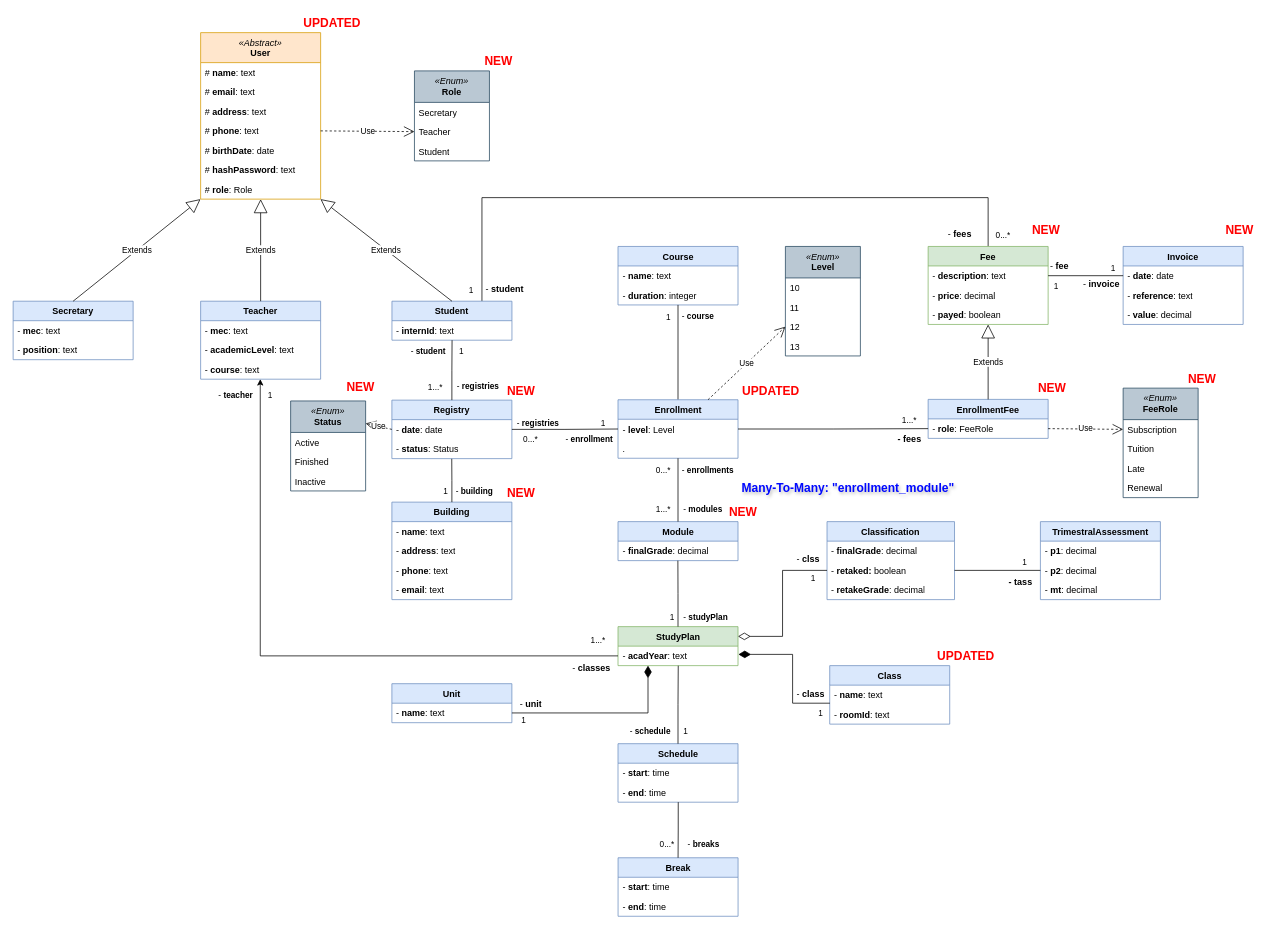
This is editables/data-model.drawio from Joaquim-Claudio/Imptel-Online_P.D.S-2024-2025, a draw.io file, before an edit. Source tidied: cells renumbered, new cells numbered last; positions are measured from the earlier drawing's top-left corner, leaving out a move shared by most shapes. Both pictures are drawn from the tidied source at 75%, with x=0, y=0 at pixel (13, 13).
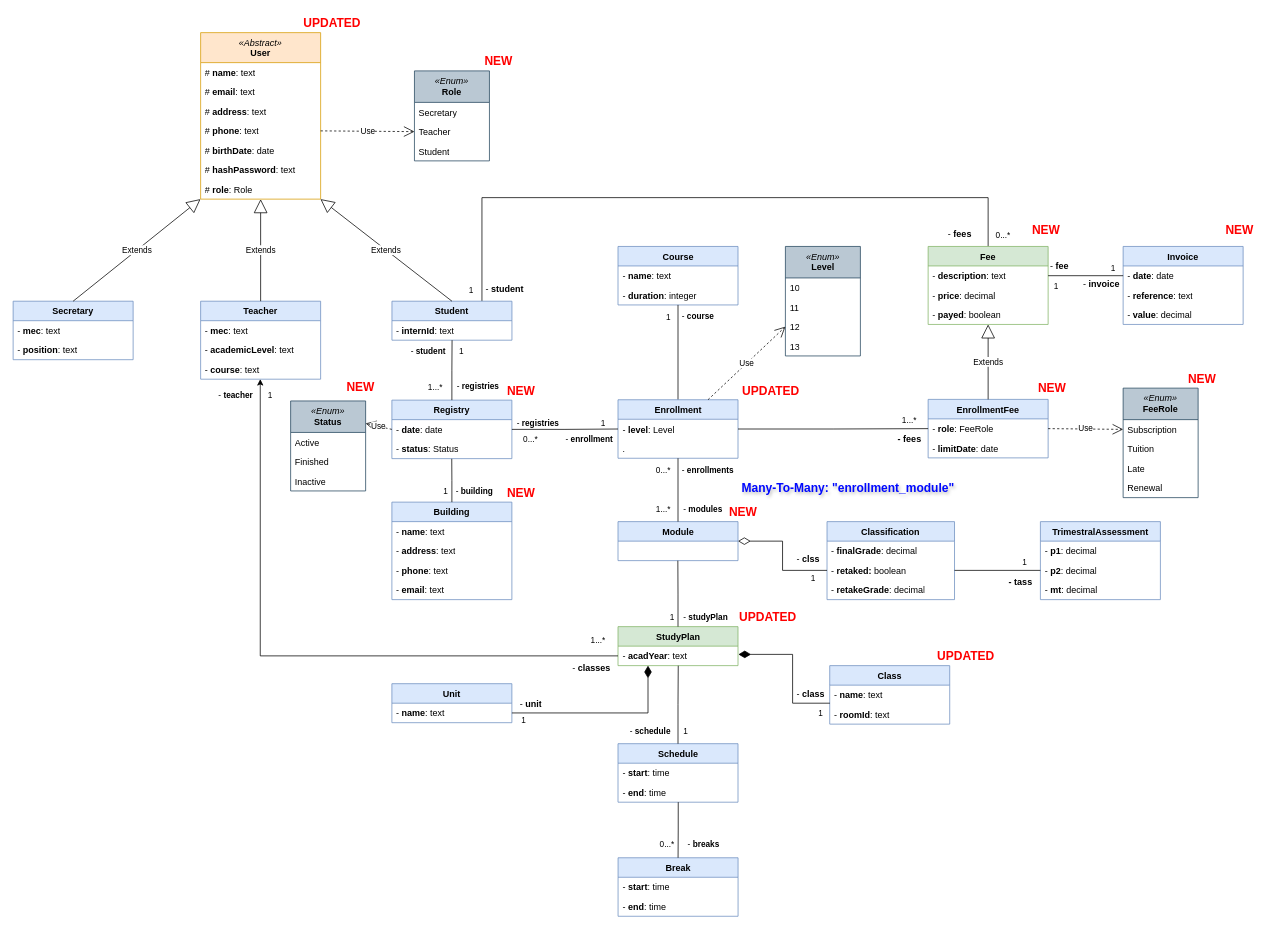
Above is the later version.

The change refers to these unchanged cells:
```xml
<mxCell id="20" value="StudyPlan" style="swimlane;fontStyle=1;align=center;verticalAlign=top;horizontal=1;startSize=26;whiteSpace=wrap;html=1;fillColor=#d5e8d4;strokeColor=#82b366;" parent="1" vertex="1">
  <mxGeometry x="806.5" y="818" width="160" height="52" as="geometry" />
</mxCell>
<mxCell id="39" value="- &lt;b&gt;retaked: &lt;/b&gt;boolean" style="text;strokeColor=none;fillColor=none;align=left;verticalAlign=top;spacingLeft=4;spacingRight=4;overflow=hidden;points=[[0,0.5],[1,0.5]];portConstraint=eastwest;whiteSpace=wrap;html=1;" parent="37" vertex="1">
  <mxGeometry y="52" width="170" height="26" as="geometry" />
</mxCell>
<mxCell id="79" value="Module" style="swimlane;fontStyle=1;align=center;verticalAlign=top;horizontal=1;startSize=26;whiteSpace=wrap;html=1;fillColor=#dae8fc;strokeColor=#6c8ebf;" parent="1" vertex="1">
  <mxGeometry x="806.5" y="678" width="160" height="52" as="geometry" />
</mxCell>
```

What changed in the source:
```diff
@@
-    <mxCell id="80" value="- &lt;b&gt;finalGrade&lt;/b&gt;: decimal" style="text;strokeColor=none;fillColor=none;align=left;verticalAlign=top;spacingLeft=4;spacingRight=4;overflow=hidden;points=[[0,0.5],[1,0.5]];portConstraint=eastwest;whiteSpace=wrap;html=1;" parent="79" vertex="1">
-      <mxGeometry y="26" width="160" height="26" as="geometry" />
-    </mxCell>
@@
-    <mxCell id="86" style="endArrow=none;html=1;edgeStyle=orthogonalEdgeStyle;rounded=0;exitX=0.5;exitY=0;exitDx=0;exitDy=0;entryX=0.499;entryY=1.003;entryDx=0;entryDy=0;entryPerimeter=0;" parent="1" edge="1" source="20" target="80">
-      <mxGeometry relative="1" as="geometry" />
+    <mxCell id="86" style="endArrow=none;html=1;edgeStyle=orthogonalEdgeStyle;rounded=0;exitX=0.5;exitY=0;exitDx=0;exitDy=0;entryX=0.499;entryY=1.003;entryDx=0;entryDy=0;entryPerimeter=0;" parent="1" edge="1" source="20">
+      <mxGeometry relative="1" as="geometry">
+        <mxPoint x="886.3" y="730.1" as="targetPoint" />
+      </mxGeometry>
     </mxCell>
@@
-    <mxCell id="106" style="endArrow=none;html=1;endSize=12;startArrow=diamondThin;startSize=14;startFill=0;edgeStyle=orthogonalEdgeStyle;align=left;verticalAlign=bottom;rounded=0;entryX=0;entryY=0.5;entryDx=0;entryDy=0;exitX=1;exitY=0.25;exitDx=0;exitDy=0;endFill=0;" parent="1" edge="1" source="20" target="39">
+    <mxCell id="106" style="endArrow=none;html=1;endSize=12;startArrow=diamondThin;startSize=14;startFill=0;edgeStyle=orthogonalEdgeStyle;align=left;verticalAlign=bottom;rounded=0;entryX=0;entryY=0.5;entryDx=0;entryDy=0;exitX=1;exitY=0.5;exitDx=0;exitDy=0;endFill=0;" parent="1" edge="1" source="79" target="39">
       <mxGeometry x="-1" y="3" relative="1" as="geometry" />
     </mxCell>
@@
     <mxCell id="118" value="EnrollmentFee" style="swimlane;fontStyle=1;align=center;verticalAlign=top;horizontal=1;startSize=26;whiteSpace=wrap;html=1;fillColor=#dae8fc;strokeColor=#6c8ebf;" parent="1" vertex="1">
-      <mxGeometry x="1220" y="515" width="160" height="52" as="geometry" />
+      <mxGeometry x="1220" y="515" width="160" height="78" as="geometry" />
     </mxCell>
@@
+    <mxCell id="165" value="- &lt;b&gt;limitDate&lt;/b&gt;: date" style="text;strokeColor=none;fillColor=none;align=left;verticalAlign=top;spacingLeft=4;spacingRight=4;overflow=hidden;whiteSpace=wrap;html=1;" parent="118" vertex="1">
+      <mxGeometry y="52" width="160" height="26" as="geometry" />
+    </mxCell>
@@
+    <mxCell id="166" value="UPDATED" style="text;align=center;fontStyle=1;verticalAlign=middle;spacingLeft=3;spacingRight=3;html=1;fontColor=#ff0000;fontSize=16;" parent="1" vertex="1">
+      <mxGeometry x="965.6" y="792" width="80.3" height="26" as="geometry" />
+    </mxCell>
```
